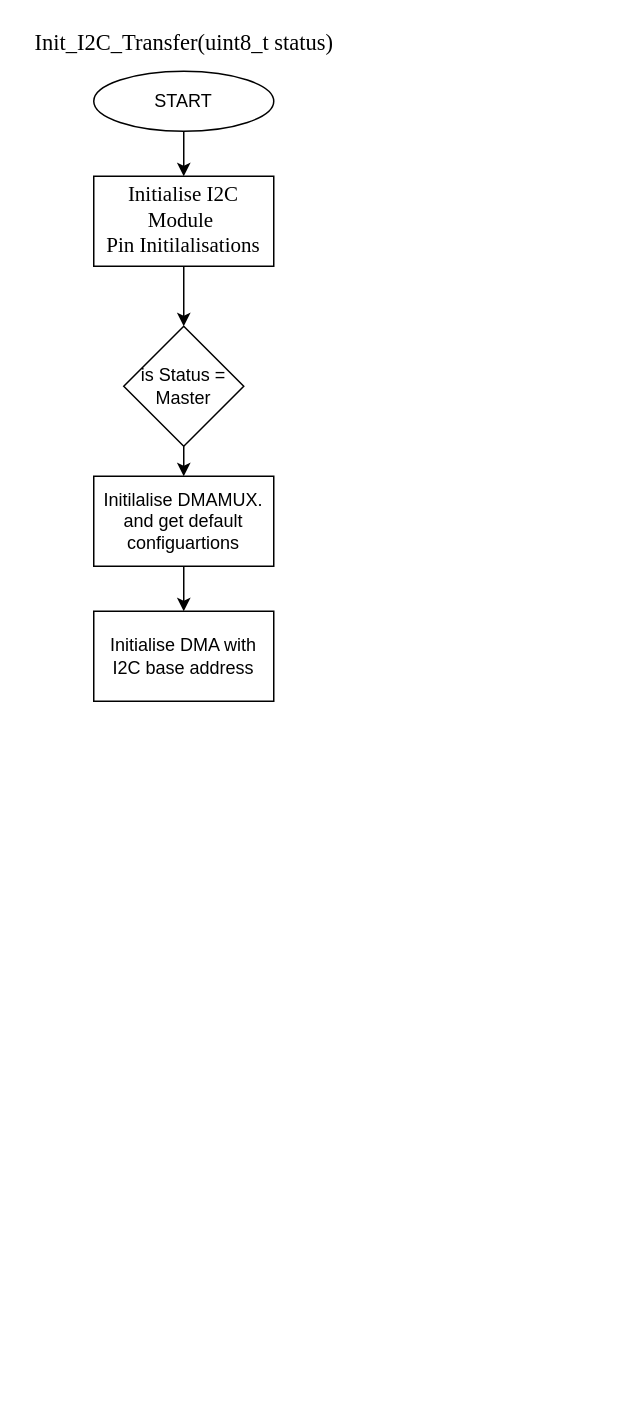
Earlier version of the draw.io diagram Aurora_i2c.drawio (francis-job/BLOCK_DIAGRAMS). Source tidied: cells renumbered, new cells numbered last; positions are measured from the earlier drawing's top-left corner, leaving out a move shared by most shapes. Both pictures are drawn from the tidied source at 150%, with x=0, y=0 at pixel (26, 26).
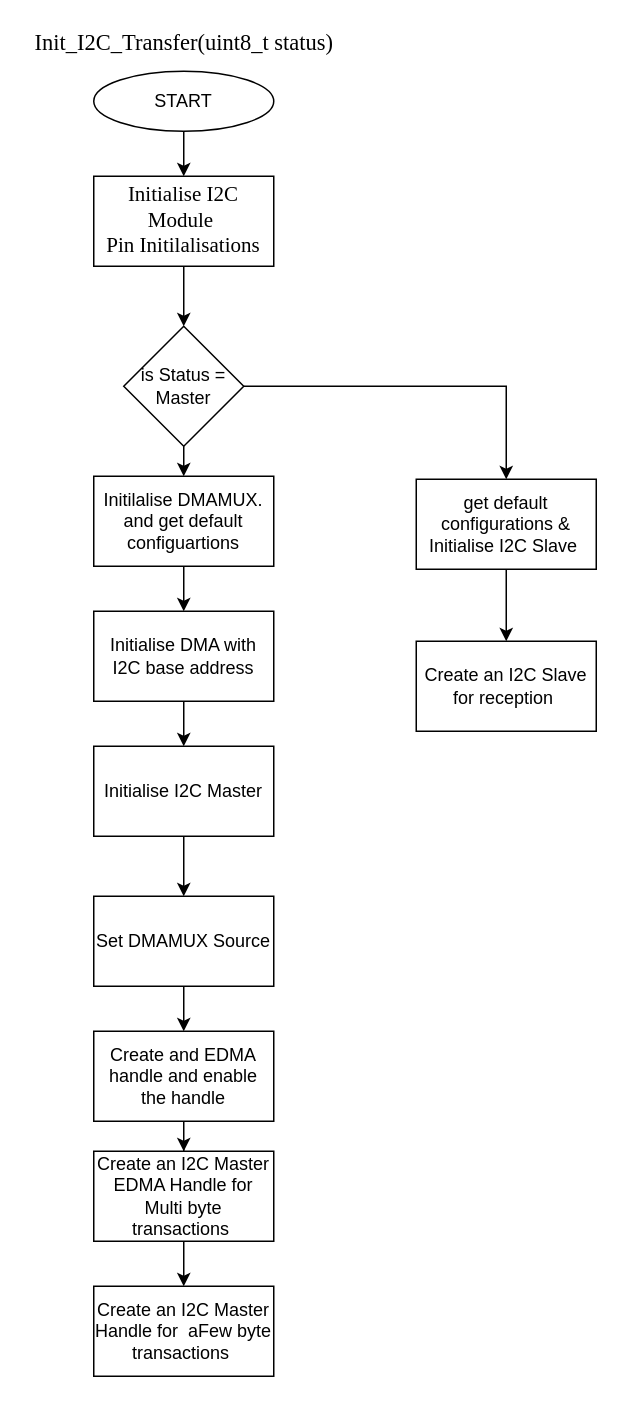
The same page after the edit.

Unchanged cells that the change refers to:
```xml
<mxCell id="8" value="is Status = Master" style="rhombus;whiteSpace=wrap;html=1;" parent="1" vertex="1">
  <mxGeometry x="65" y="200" width="80" height="80" as="geometry" />
</mxCell>
<mxCell id="11" value="Initialise DMA with I2C base address" style="rounded=0;whiteSpace=wrap;html=1;" parent="1" vertex="1">
  <mxGeometry x="45" y="390" width="120" height="60" as="geometry" />
</mxCell>
```

Diff of the diagram source:
```diff
@@
+    <mxCell id="12" style="edgeStyle=orthogonalEdgeStyle;rounded=0;jettySize=auto;html=1;exitX=1;exitY=0.5;exitDx=0;exitDy=0;entryX=0.5;entryY=0;entryDx=0;entryDy=0;" parent="1" edge="1" source="8" target="24">
+      <mxGeometry relative="1" as="geometry" />
+    </mxCell>
@@
+    <mxCell id="13" style="edgeStyle=orthogonalEdgeStyle;rounded=0;jettySize=auto;html=1;exitX=0.5;exitY=1;exitDx=0;exitDy=0;entryX=0.5;entryY=0;entryDx=0;entryDy=0;" parent="1" edge="1" source="11" target="15">
+      <mxGeometry relative="1" as="geometry" />
+    </mxCell>
@@
+    <mxCell id="14" style="edgeStyle=orthogonalEdgeStyle;rounded=0;jettySize=auto;html=1;exitX=0.5;exitY=1;exitDx=0;exitDy=0;entryX=0.5;entryY=0;entryDx=0;entryDy=0;" parent="1" edge="1" source="15" target="17">
+      <mxGeometry relative="1" as="geometry" />
+    </mxCell>
+    <mxCell id="15" value="Initialise I2C Master" style="rounded=0;whiteSpace=wrap;html=1;" parent="1" vertex="1">
+      <mxGeometry x="45" y="480" width="120" height="60" as="geometry" />
+    </mxCell>
+    <mxCell id="16" style="edgeStyle=orthogonalEdgeStyle;rounded=0;jettySize=auto;html=1;exitX=0.5;exitY=1;exitDx=0;exitDy=0;" parent="1" edge="1" source="17" target="19">
+      <mxGeometry relative="1" as="geometry" />
+    </mxCell>
+    <mxCell id="17" value="Set DMAMUX Source" style="rounded=0;whiteSpace=wrap;html=1;" parent="1" vertex="1">
+      <mxGeometry x="45" y="580" width="120" height="60" as="geometry" />
+    </mxCell>
+    <mxCell id="18" style="edgeStyle=orthogonalEdgeStyle;rounded=0;jettySize=auto;html=1;exitX=0.5;exitY=1;exitDx=0;exitDy=0;" parent="1" edge="1" source="19" target="21">
+      <mxGeometry relative="1" as="geometry" />
+    </mxCell>
+    <mxCell id="19" value="Create and EDMA handle and enable the handle" style="rounded=0;whiteSpace=wrap;html=1;" parent="1" vertex="1">
+      <mxGeometry x="45" y="670" width="120" height="60" as="geometry" />
+    </mxCell>
+    <mxCell id="20" style="edgeStyle=orthogonalEdgeStyle;rounded=0;jettySize=auto;html=1;exitX=0.5;exitY=1;exitDx=0;exitDy=0;" parent="1" edge="1" source="21" target="22">
+      <mxGeometry relative="1" as="geometry" />
+    </mxCell>
+    <mxCell id="21" value="Create an I2C Master EDMA Handle for Multi byte transactions&amp;nbsp;" style="rounded=0;whiteSpace=wrap;html=1;" parent="1" vertex="1">
+      <mxGeometry x="45" y="750" width="120" height="60" as="geometry" />
+    </mxCell>
+    <mxCell id="22" value="Create an I2C Master Handle for&amp;nbsp; aFew byte transactions&amp;nbsp;" style="rounded=0;whiteSpace=wrap;html=1;" parent="1" vertex="1">
+      <mxGeometry x="45" y="840" width="120" height="60" as="geometry" />
+    </mxCell>
+    <mxCell id="23" style="edgeStyle=orthogonalEdgeStyle;rounded=0;jettySize=auto;html=1;exitX=0.5;exitY=1;exitDx=0;exitDy=0;" parent="1" edge="1" source="24" target="25">
+      <mxGeometry relative="1" as="geometry" />
+    </mxCell>
+    <mxCell id="24" value="get default configurations &amp;amp;&lt;br&gt;Initialise I2C Slave&amp;nbsp;" style="rounded=0;whiteSpace=wrap;html=1;" parent="1" vertex="1">
+      <mxGeometry x="260" y="302" width="120" height="60" as="geometry" />
+    </mxCell>
+    <mxCell id="25" value="Create an I2C Slave&lt;br&gt;for reception&amp;nbsp;" style="rounded=0;whiteSpace=wrap;html=1;" parent="1" vertex="1">
+      <mxGeometry x="260" y="410" width="120" height="60" as="geometry" />
+    </mxCell>
```
